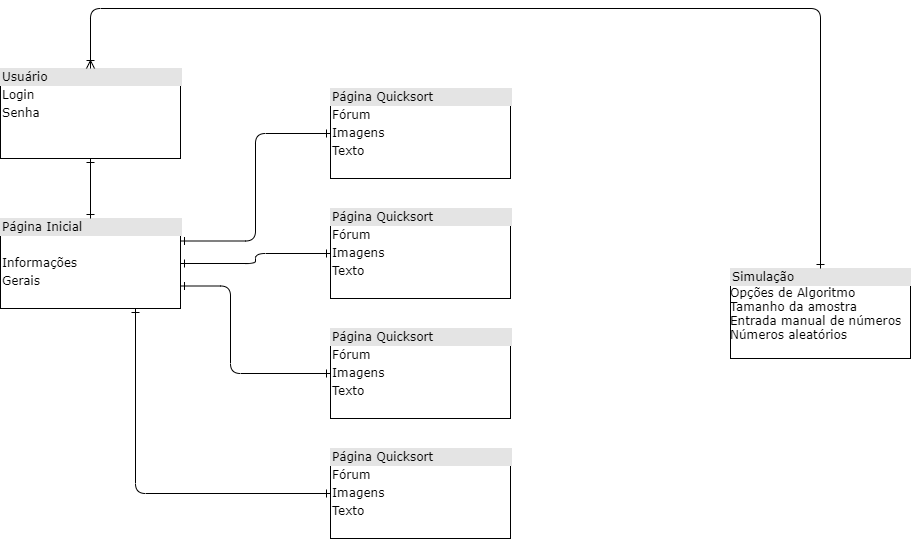
Before: imagensEdiagramas/MER.png, a diagram exported from draw.io (12pedro07/12pedro07.github.io). Source tidied: cells renumbered, new cells last; positions are measured from the earlier drawing's top-left corner, leaving out a move shared by most shapes.
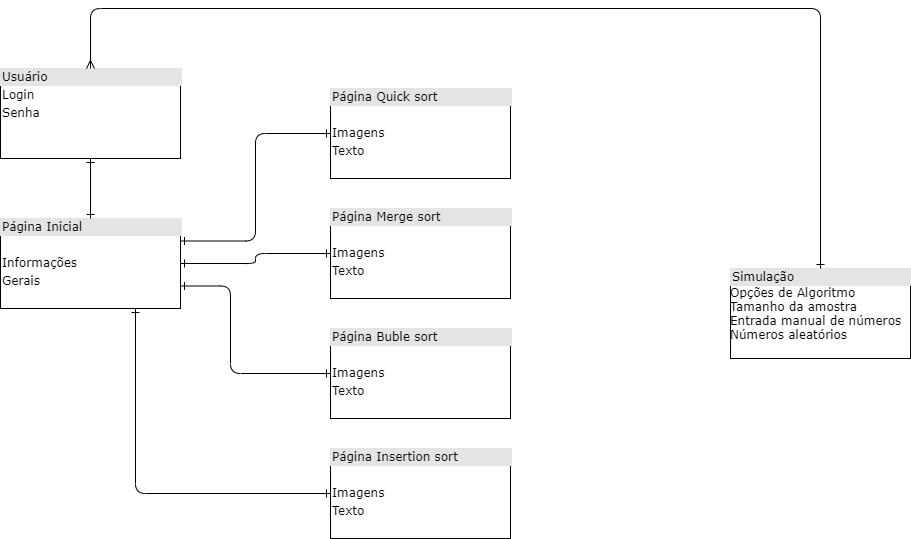
Above is the later version.

The edit, as a diff of the source:
```diff
@@ -25,16 +25,16 @@
         </Array>
       </mxGeometry>
     </mxCell>
-    <mxCell id="8" value="&lt;div style=&quot;box-sizing: border-box ; width: 100% ; background: #e4e4e4 ; padding: 2px&quot;&gt;Página Quicksort&lt;/div&gt;&lt;table style=&quot;width: 100% ; font-size: 1em&quot; cellpadding=&quot;2&quot; cellspacing=&quot;0&quot;&gt;&lt;tbody&gt;&lt;tr&gt;&lt;td&gt;Fórum&lt;/td&gt;&lt;td&gt;&lt;br&gt;&lt;/td&gt;&lt;/tr&gt;&lt;tr&gt;&lt;td&gt;Imagens&lt;/td&gt;&lt;td&gt;&lt;br&gt;&lt;/td&gt;&lt;/tr&gt;&lt;tr&gt;&lt;td&gt;Texto&lt;/td&gt;&lt;td&gt;&lt;br&gt;&lt;/td&gt;&lt;/tr&gt;&lt;/tbody&gt;&lt;/table&gt;" style="verticalAlign=top;align=left;overflow=fill;html=1;rounded=0;shadow=0;comic=0;labelBackgroundColor=none;strokeWidth=1;fontFamily=Verdana;fontSize=12;" parent="1" vertex="1">
+    <mxCell id="8" value="&lt;div style=&quot;box-sizing: border-box ; width: 100% ; background: #e4e4e4 ; padding: 2px&quot;&gt;Página Quick sort&lt;/div&gt;&lt;table style=&quot;width: 100% ; font-size: 1em&quot; cellpadding=&quot;2&quot; cellspacing=&quot;0&quot;&gt;&lt;tbody&gt;&lt;tr&gt;&lt;td&gt;&lt;br&gt;&lt;/td&gt;&lt;td&gt;&lt;br&gt;&lt;/td&gt;&lt;/tr&gt;&lt;tr&gt;&lt;td&gt;Imagens&lt;/td&gt;&lt;td&gt;&lt;br&gt;&lt;/td&gt;&lt;/tr&gt;&lt;tr&gt;&lt;td&gt;Texto&lt;/td&gt;&lt;td&gt;&lt;br&gt;&lt;/td&gt;&lt;/tr&gt;&lt;/tbody&gt;&lt;/table&gt;" style="verticalAlign=top;align=left;overflow=fill;html=1;rounded=0;shadow=0;comic=0;labelBackgroundColor=none;strokeWidth=1;fontFamily=Verdana;fontSize=12;" parent="1" vertex="1">
       <mxGeometry x="330" y="80" width="180" height="90" as="geometry" />
     </mxCell>
-    <mxCell id="9" value="&lt;div style=&quot;box-sizing: border-box ; width: 100% ; background: #e4e4e4 ; padding: 2px&quot;&gt;Página Quicksort&lt;/div&gt;&lt;table style=&quot;width: 100% ; font-size: 1em&quot; cellpadding=&quot;2&quot; cellspacing=&quot;0&quot;&gt;&lt;tbody&gt;&lt;tr&gt;&lt;td&gt;Fórum&lt;/td&gt;&lt;td&gt;&lt;br&gt;&lt;/td&gt;&lt;/tr&gt;&lt;tr&gt;&lt;td&gt;Imagens&lt;/td&gt;&lt;td&gt;&lt;br&gt;&lt;/td&gt;&lt;/tr&gt;&lt;tr&gt;&lt;td&gt;Texto&lt;/td&gt;&lt;td&gt;&lt;br&gt;&lt;/td&gt;&lt;/tr&gt;&lt;/tbody&gt;&lt;/table&gt;" style="verticalAlign=top;align=left;overflow=fill;html=1;rounded=0;shadow=0;comic=0;labelBackgroundColor=none;strokeWidth=1;fontFamily=Verdana;fontSize=12;" parent="1" vertex="1">
+    <mxCell id="9" value="&lt;div style=&quot;box-sizing: border-box ; width: 100% ; background: #e4e4e4 ; padding: 2px&quot;&gt;Página Merge sort&lt;/div&gt;&lt;table style=&quot;width: 100% ; font-size: 1em&quot; cellpadding=&quot;2&quot; cellspacing=&quot;0&quot;&gt;&lt;tbody&gt;&lt;tr&gt;&lt;td&gt;&lt;br&gt;&lt;/td&gt;&lt;td&gt;&lt;br&gt;&lt;/td&gt;&lt;/tr&gt;&lt;tr&gt;&lt;td&gt;Imagens&lt;/td&gt;&lt;td&gt;&lt;br&gt;&lt;/td&gt;&lt;/tr&gt;&lt;tr&gt;&lt;td&gt;Texto&lt;/td&gt;&lt;td&gt;&lt;br&gt;&lt;/td&gt;&lt;/tr&gt;&lt;/tbody&gt;&lt;/table&gt;" style="verticalAlign=top;align=left;overflow=fill;html=1;rounded=0;shadow=0;comic=0;labelBackgroundColor=none;strokeWidth=1;fontFamily=Verdana;fontSize=12;" parent="1" vertex="1">
       <mxGeometry x="330" y="200" width="180" height="90" as="geometry" />
     </mxCell>
-    <mxCell id="10" value="&lt;div style=&quot;box-sizing: border-box ; width: 100% ; background: #e4e4e4 ; padding: 2px&quot;&gt;Página Quicksort&lt;/div&gt;&lt;table style=&quot;width: 100% ; font-size: 1em&quot; cellpadding=&quot;2&quot; cellspacing=&quot;0&quot;&gt;&lt;tbody&gt;&lt;tr&gt;&lt;td&gt;Fórum&lt;/td&gt;&lt;td&gt;&lt;br&gt;&lt;/td&gt;&lt;/tr&gt;&lt;tr&gt;&lt;td&gt;Imagens&lt;/td&gt;&lt;td&gt;&lt;br&gt;&lt;/td&gt;&lt;/tr&gt;&lt;tr&gt;&lt;td&gt;Texto&lt;/td&gt;&lt;td&gt;&lt;br&gt;&lt;/td&gt;&lt;/tr&gt;&lt;/tbody&gt;&lt;/table&gt;" style="verticalAlign=top;align=left;overflow=fill;html=1;rounded=0;shadow=0;comic=0;labelBackgroundColor=none;strokeWidth=1;fontFamily=Verdana;fontSize=12;" parent="1" vertex="1">
+    <mxCell id="10" value="&lt;div style=&quot;box-sizing: border-box ; width: 100% ; background: #e4e4e4 ; padding: 2px&quot;&gt;Página Buble sort&lt;/div&gt;&lt;table style=&quot;width: 100% ; font-size: 1em&quot; cellpadding=&quot;2&quot; cellspacing=&quot;0&quot;&gt;&lt;tbody&gt;&lt;tr&gt;&lt;td&gt;&lt;/td&gt;&lt;td&gt;&lt;br&gt;&lt;/td&gt;&lt;/tr&gt;&lt;tr&gt;&lt;td&gt;Imagens&lt;/td&gt;&lt;td&gt;&lt;br&gt;&lt;/td&gt;&lt;/tr&gt;&lt;tr&gt;&lt;td&gt;Texto&lt;/td&gt;&lt;td&gt;&lt;br&gt;&lt;/td&gt;&lt;/tr&gt;&lt;/tbody&gt;&lt;/table&gt;" style="verticalAlign=top;align=left;overflow=fill;html=1;rounded=0;shadow=0;comic=0;labelBackgroundColor=none;strokeWidth=1;fontFamily=Verdana;fontSize=12;" parent="1" vertex="1">
       <mxGeometry x="330" y="320" width="180" height="90" as="geometry" />
     </mxCell>
-    <mxCell id="11" value="&lt;div style=&quot;box-sizing: border-box ; width: 100% ; background: #e4e4e4 ; padding: 2px&quot;&gt;Página Quicksort&lt;/div&gt;&lt;table style=&quot;width: 100% ; font-size: 1em&quot; cellpadding=&quot;2&quot; cellspacing=&quot;0&quot;&gt;&lt;tbody&gt;&lt;tr&gt;&lt;td&gt;Fórum&lt;/td&gt;&lt;td&gt;&lt;br&gt;&lt;/td&gt;&lt;/tr&gt;&lt;tr&gt;&lt;td&gt;Imagens&lt;/td&gt;&lt;td&gt;&lt;br&gt;&lt;/td&gt;&lt;/tr&gt;&lt;tr&gt;&lt;td&gt;Texto&lt;/td&gt;&lt;td&gt;&lt;br&gt;&lt;/td&gt;&lt;/tr&gt;&lt;/tbody&gt;&lt;/table&gt;" style="verticalAlign=top;align=left;overflow=fill;html=1;rounded=0;shadow=0;comic=0;labelBackgroundColor=none;strokeWidth=1;fontFamily=Verdana;fontSize=12;" parent="1" vertex="1">
+    <mxCell id="11" value="&lt;div style=&quot;box-sizing: border-box ; width: 100% ; background: #e4e4e4 ; padding: 2px&quot;&gt;Página Insertion sort&lt;/div&gt;&lt;table style=&quot;width: 100% ; font-size: 1em&quot; cellpadding=&quot;2&quot; cellspacing=&quot;0&quot;&gt;&lt;tbody&gt;&lt;tr&gt;&lt;td&gt;&lt;br&gt;&lt;/td&gt;&lt;td&gt;&lt;br&gt;&lt;/td&gt;&lt;/tr&gt;&lt;tr&gt;&lt;td&gt;Imagens&lt;/td&gt;&lt;td&gt;&lt;br&gt;&lt;/td&gt;&lt;/tr&gt;&lt;tr&gt;&lt;td&gt;Texto&lt;/td&gt;&lt;td&gt;&lt;br&gt;&lt;/td&gt;&lt;/tr&gt;&lt;/tbody&gt;&lt;/table&gt;" style="verticalAlign=top;align=left;overflow=fill;html=1;rounded=0;shadow=0;comic=0;labelBackgroundColor=none;strokeWidth=1;fontFamily=Verdana;fontSize=12;" parent="1" vertex="1">
       <mxGeometry x="330" y="440" width="180" height="90" as="geometry" />
     </mxCell>
     <mxCell id="12" style="edgeStyle=orthogonalEdgeStyle;html=1;endArrow=ERone;startArrow=ERone;labelBackgroundColor=none;fontFamily=Verdana;fontSize=12;align=left;entryX=0.75;entryY=1;startFill=0;endFill=0;entryDx=0;entryDy=0;exitX=0;exitY=0.5;exitDx=0;exitDy=0;" parent="1" edge="1" source="11" target="3">
@@ -47,7 +47,7 @@
     <mxCell id="13" value="&lt;div style=&quot;box-sizing: border-box ; width: 100% ; background: #e4e4e4 ; padding: 2px&quot;&gt;Simulação&lt;/div&gt;Opções de Algoritmo&lt;br&gt;Tamanho da amostra&lt;br&gt;Entrada manual de números&lt;br&gt;Números aleatórios&lt;br&gt;&lt;table style=&quot;width: 100% ; font-size: 1em&quot; cellpadding=&quot;2&quot; cellspacing=&quot;0&quot;&gt;&lt;tbody&gt;&lt;tr&gt;&lt;td&gt;&lt;br&gt;&lt;/td&gt;&lt;td&gt;&lt;/td&gt;&lt;/tr&gt;&lt;/tbody&gt;&lt;/table&gt;" style="verticalAlign=top;align=left;overflow=fill;html=1;rounded=0;shadow=0;comic=0;labelBackgroundColor=none;strokeWidth=1;fontFamily=Verdana;fontSize=12;" parent="1" vertex="1">
       <mxGeometry x="730" y="260" width="180" height="90" as="geometry" />
     </mxCell>
-    <mxCell id="14" style="edgeStyle=orthogonalEdgeStyle;html=1;endArrow=ERoneToMany;startArrow=ERone;labelBackgroundColor=none;fontFamily=Verdana;fontSize=12;align=left;startFill=0;endFill=0;exitX=0.5;exitY=0;exitDx=0;exitDy=0;entryX=0.5;entryY=0;entryDx=0;entryDy=0;" parent="1" edge="1" source="13" target="2">
+    <mxCell id="14" style="edgeStyle=orthogonalEdgeStyle;html=1;endArrow=ERmany;startArrow=ERone;labelBackgroundColor=none;fontFamily=Verdana;fontSize=12;align=left;startFill=0;endFill=0;exitX=0.5;exitY=0;exitDx=0;exitDy=0;entryX=0.5;entryY=0;entryDx=0;entryDy=0;" parent="1" edge="1" source="13" target="2">
       <mxGeometry relative="1" as="geometry">
         <Array as="points">
           <mxPoint x="820" />
```
